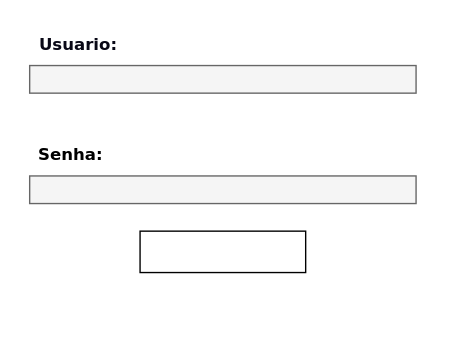
Earlier version of the draw.io diagram Diagrama sem nome.drawio (EllenRebeca/EllenRebeca). Source tidied: cells renumbered, new cells numbered last; positions are measured from the earlier drawing's top-left corner, leaving out a move shared by most shapes. Both pictures are drawn from the tidied source at 138%, with x=0, y=0 at pixel (29, 23).
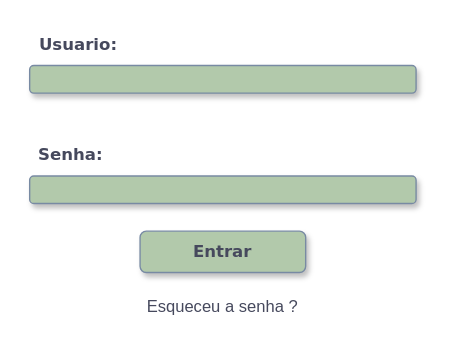
The same diagram, later.

Commit message:
projeto atividade avaliativa

Change to the diagram source:
```diff
@@
 <mxGraphModel background="#ffffff">
   <root>
     <mxCell id="0" />
     <mxCell id="1" parent="0" />
-    <mxCell id="2" style="rounded=0;whiteSpace=wrap;html=1;fillColor=#f5f5f5;fontColor=#333333;strokeColor=#666666;" parent="1" vertex="1">
+    <mxCell id="2" style="rounded=1;whiteSpace=wrap;html=1;fillColor=#B2C9AB;fontColor=#46495D;strokeColor=#788AA3;glass=0;shadow=1;labelBackgroundColor=none;" parent="1" vertex="1">
       <mxGeometry y="30" width="280" height="20" as="geometry" />
     </mxCell>
-    <mxCell id="3" style="rounded=0;whiteSpace=wrap;html=1;fillColor=#f5f5f5;fontColor=#333333;strokeColor=#666666;" parent="1" vertex="1">
+    <mxCell id="3" style="rounded=1;whiteSpace=wrap;html=1;fillColor=#B2C9AB;fontColor=#46495D;strokeColor=#788AA3;shadow=1;labelBackgroundColor=none;" parent="1" vertex="1">
       <mxGeometry y="110" width="280" height="20" as="geometry" />
     </mxCell>
-    <mxCell id="4" value="Usuario:" style="text;html=1;align=center;verticalAlign=middle;strokeColor=none;fillColor=none;fontStyle=1;fontColor=#090816;fontFamily=Verdana;" parent="1" vertex="1">
+    <mxCell id="4" value="Usuario:" style="text;html=1;align=center;verticalAlign=middle;strokeColor=none;fillColor=none;fontStyle=1;fontColor=#46495D;fontFamily=Verdana;labelBackgroundColor=none;" parent="1" vertex="1">
       <mxGeometry width="70" height="30" as="geometry" />
     </mxCell>
-    <mxCell id="5" value="Senha:" style="text;strokeColor=none;align=center;fillColor=none;html=1;verticalAlign=middle;whiteSpace=wrap;rounded=0;fontStyle=1;fontFamily=Verdana;" parent="1" vertex="1">
+    <mxCell id="5" value="Senha:" style="text;strokeColor=none;align=center;fillColor=none;html=1;verticalAlign=middle;whiteSpace=wrap;rounded=0;fontStyle=1;fontFamily=Verdana;labelBackgroundColor=none;fontColor=#46495D;" parent="1" vertex="1">
       <mxGeometry y="80" width="60" height="30" as="geometry" />
     </mxCell>
-    <mxCell id="6" style="rounded=0;whiteSpace=wrap;html=1;fontStyle=1;labelBackgroundColor=#009900;" parent="1" vertex="1">
+    <mxCell id="6" value="Entrar" style="rounded=1;whiteSpace=wrap;html=1;fontStyle=1;labelBackgroundColor=none;fontFamily=Verdana;fillColor=#B2C9AB;strokeColor=#788AA3;shadow=1;fontColor=#46495D;" parent="1" vertex="1">
       <mxGeometry x="80" y="150" width="120" height="30" as="geometry" />
     </mxCell>
+    <mxCell id="7" value="Esqueceu a senha ?" style="text;strokeColor=none;align=center;fillColor=none;html=1;verticalAlign=middle;whiteSpace=wrap;rounded=0;fontColor=#46495D;shadow=0;labelBackgroundColor=none;" parent="1" vertex="1">
+      <mxGeometry x="80" y="190" width="120" height="30" as="geometry" />
+    </mxCell>
   </root>
 </mxGraphModel>
```
